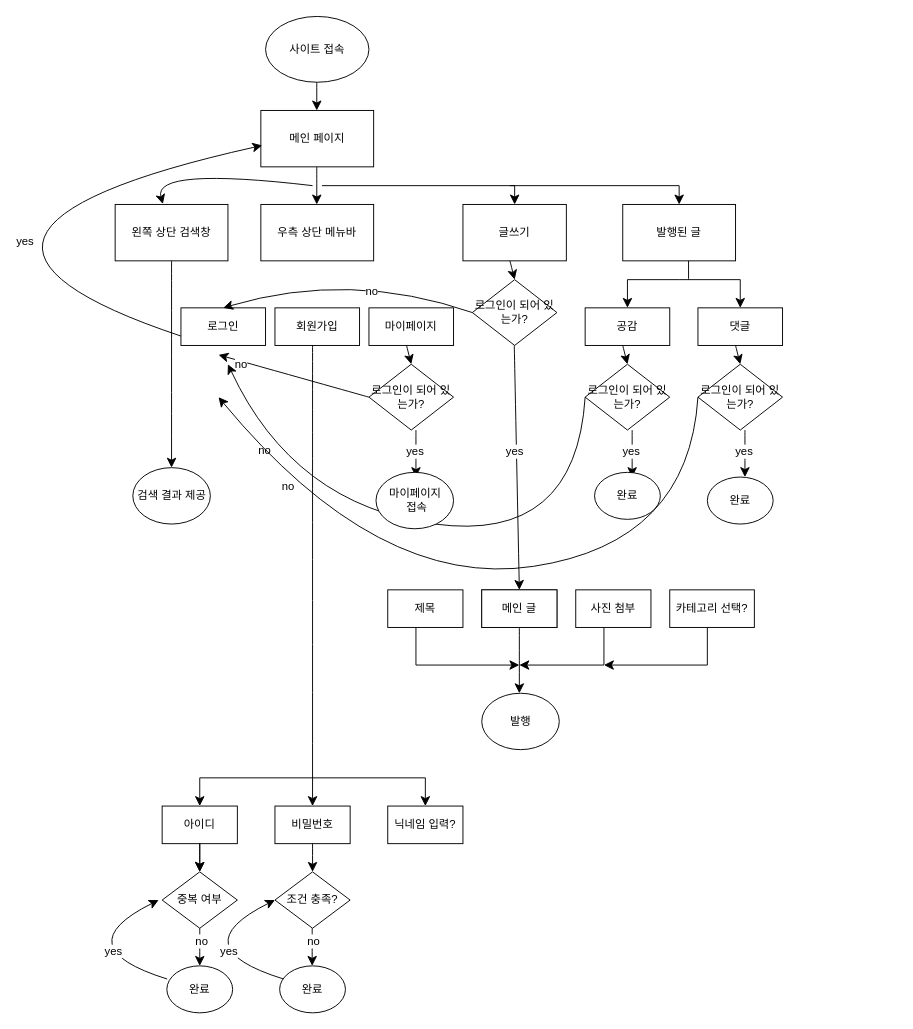
Earlier version of the draw.io diagram 제목 없는 다이어그램.drawio (dadang6842/JS---). Source tidied: cells renumbered, new cells numbered last; positions are measured from the earlier drawing's top-left corner, leaving out a move shared by most shapes. Both pictures are drawn from the tidied source at 94%, with x=0, y=0 at pixel (-130, 16).
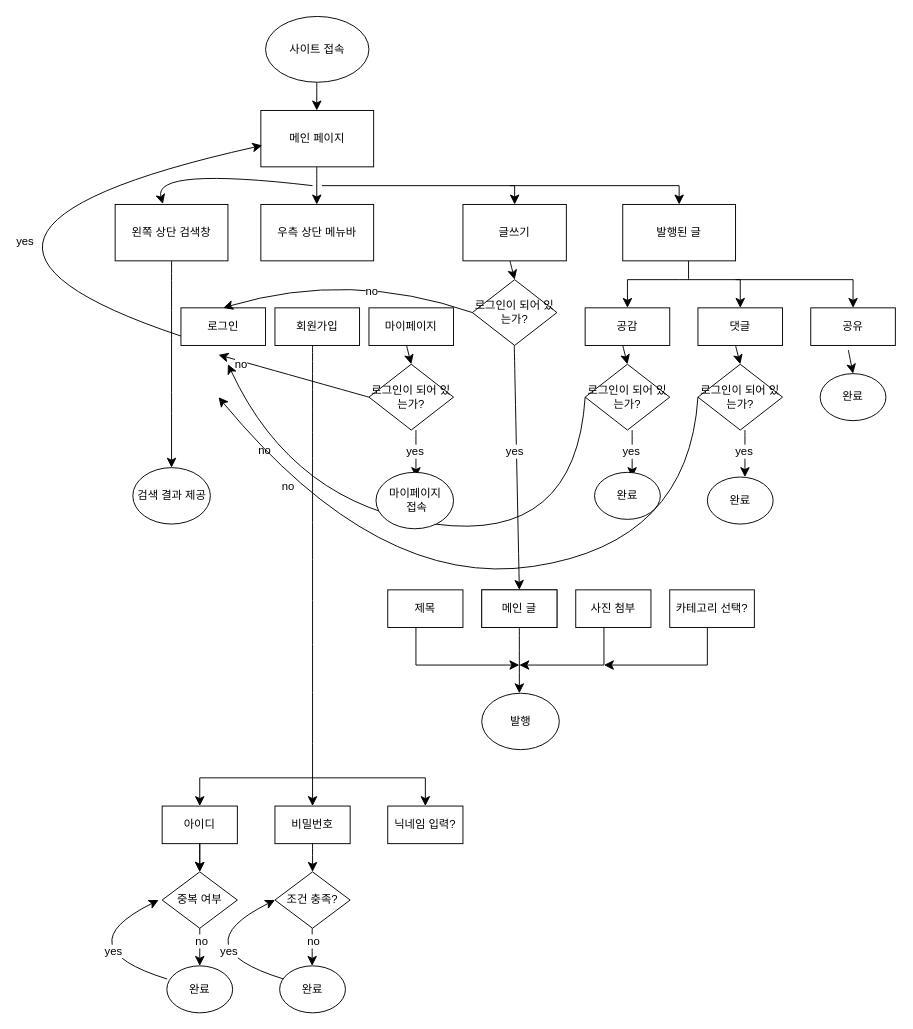
The same page after the edit.

Commit message:
블로그 플로우차트.drawio 업데이트

The edit, as a diff of the source:
```diff
@@
+    <mxCell id="84" value="공유" style="rounded=0;whiteSpace=wrap;html=1;" parent="1" vertex="1">
+      <mxGeometry x="1000" y="310" width="90" height="40" as="geometry" />
+    </mxCell>
+    <mxCell id="85" style="edgeStyle=segmentEdgeStyle;endArrow=classic;html=1;curved=0;rounded=0;endSize=8;startSize=8;fontSize=12;entryX=0.5;entryY=0;entryDx=0;entryDy=0;" parent="1" edge="1" target="84">
+      <mxGeometry relative="1" as="geometry">
+        <mxPoint x="920" y="280" as="sourcePoint" />
+      </mxGeometry>
+    </mxCell>
+    <mxCell id="86" value="완료" style="ellipse;whiteSpace=wrap;html=1;" parent="1" vertex="1">
+      <mxGeometry x="1010" y="380" width="70" height="50" as="geometry" />
+    </mxCell>
+    <mxCell id="87" style="endArrow=classic;html=1;rounded=0;fontSize=12;startSize=8;endSize=8;curved=1;entryX=0.5;entryY=0;entryDx=0;entryDy=0;" parent="1" edge="1" target="86">
+      <mxGeometry relative="1" as="geometry">
+        <mxPoint x="1040" y="355" as="sourcePoint" />
+      </mxGeometry>
+    </mxCell>
```
